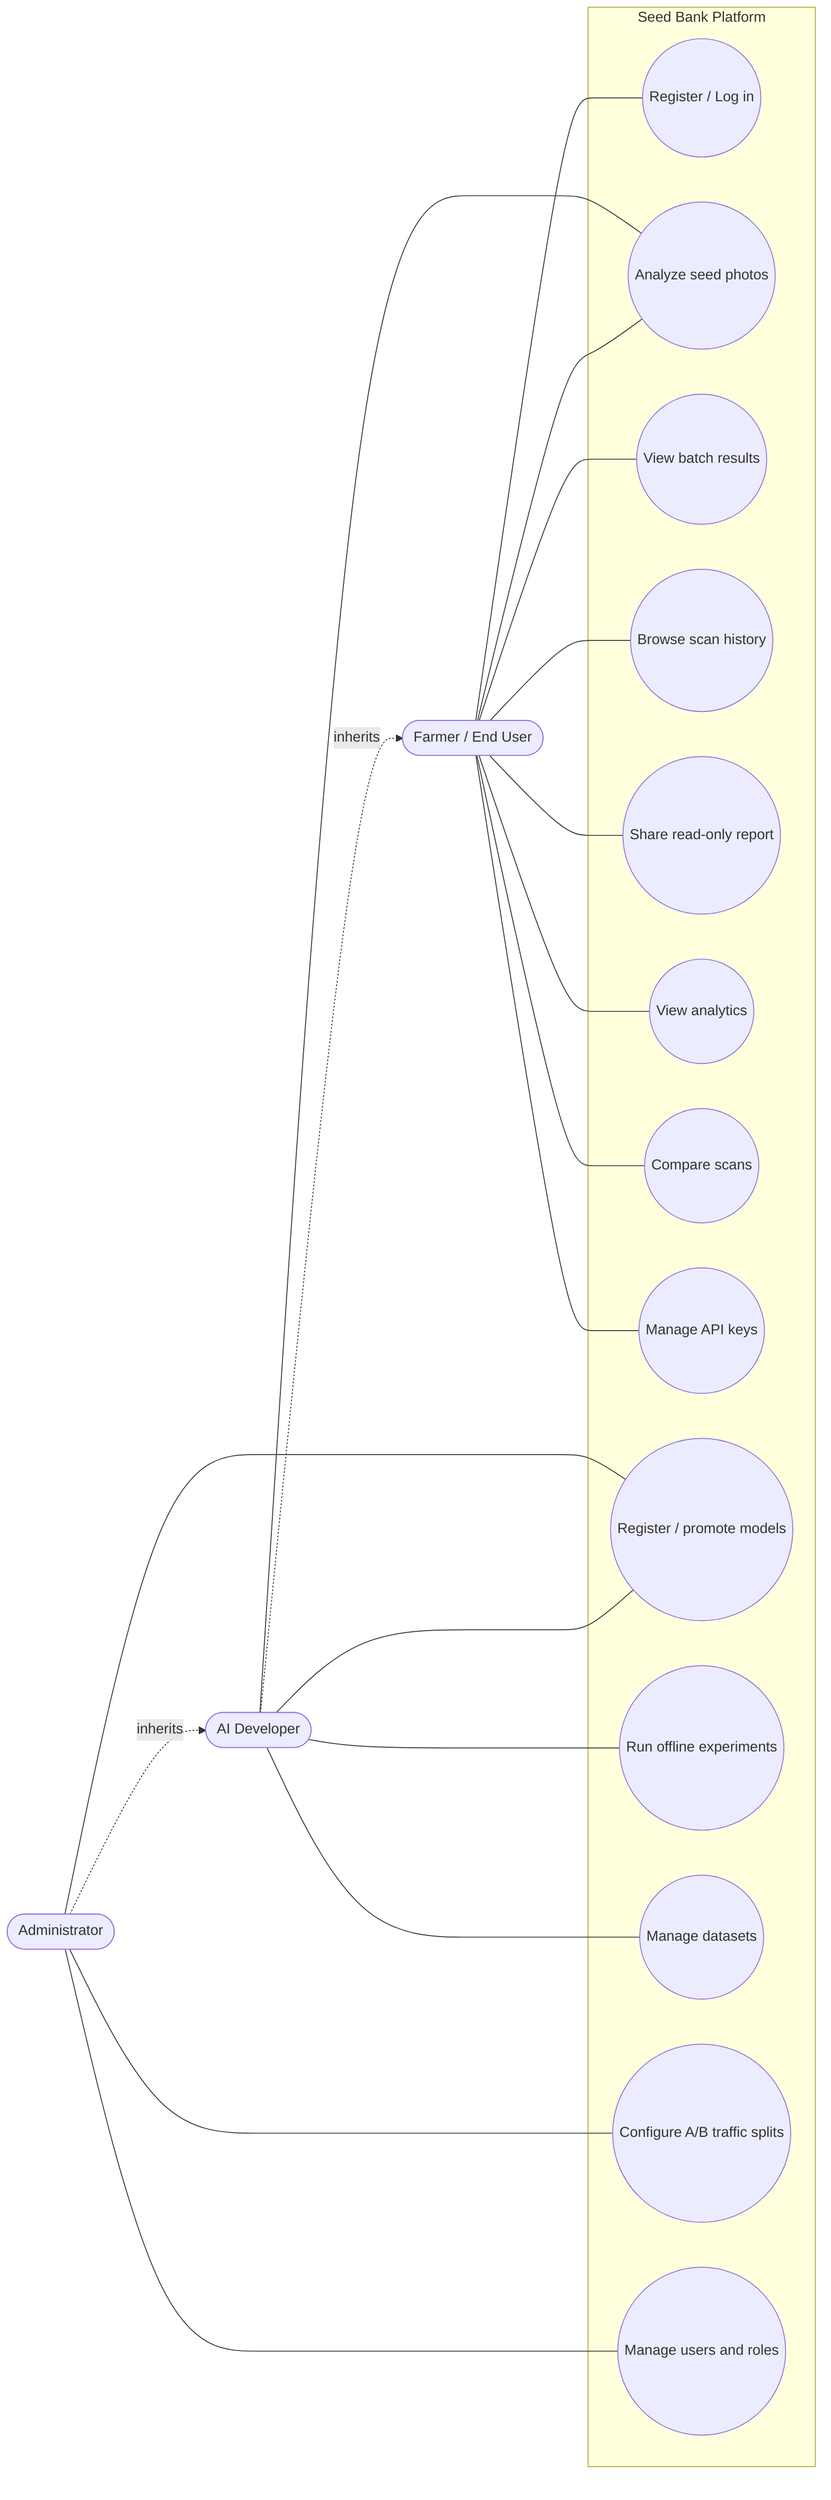
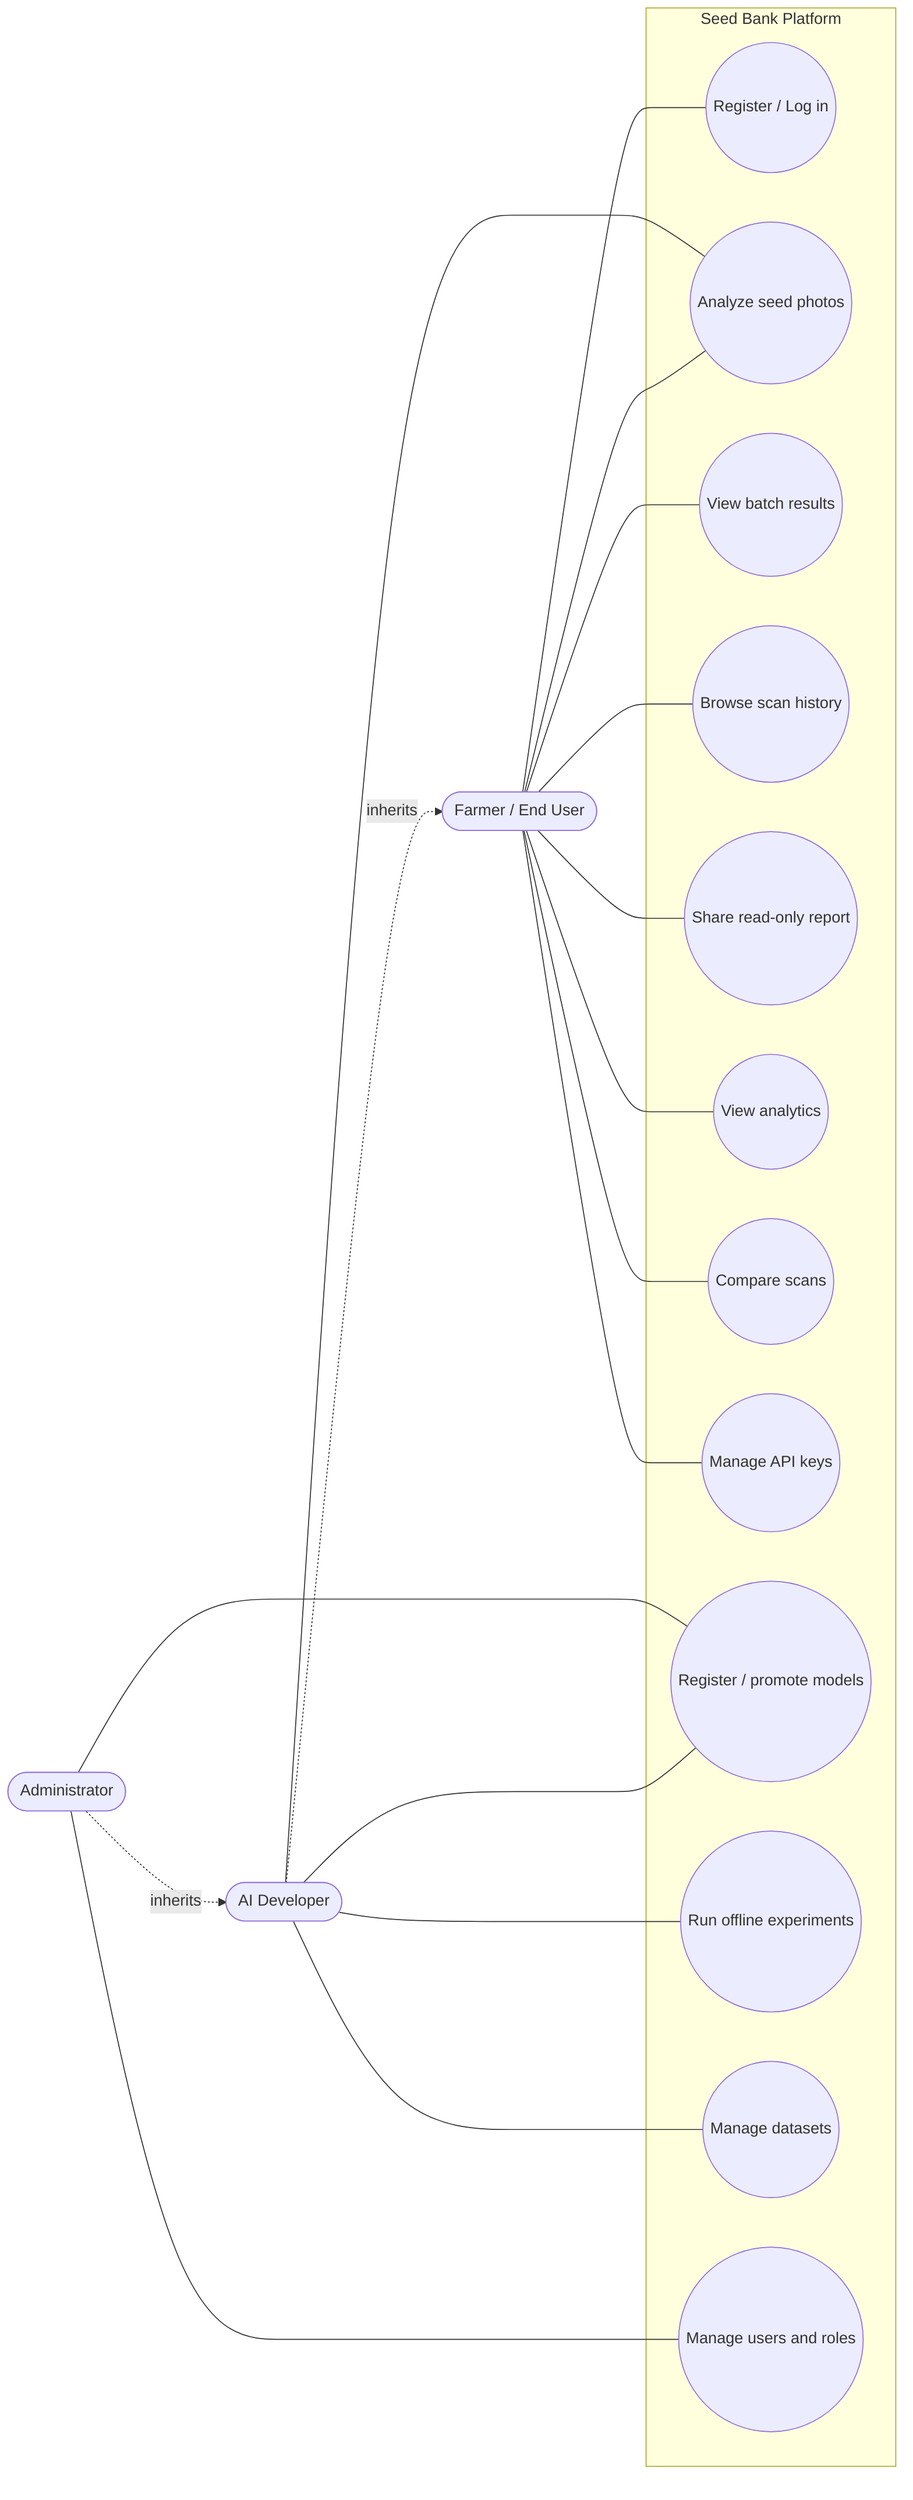
flowchart LR
    farmer([Farmer / End User])
    dev([AI Developer])
    admin([Administrator])

    subgraph SB[Seed Bank Platform]
        u1((Register / Log in))
        u2((Analyze seed photos))
        u3((View batch results))
        u4((Browse scan history))
        u5((Share read-only report))
        u6((View analytics))
        u7((Compare scans))
        u8((Manage API keys))
        u9((Register / promote models))
        u10((Run offline experiments))
        u11((Manage datasets))
-         u12((Configure A/B traffic splits))
        u13((Manage users and roles))
    end

    farmer --- u1
    farmer --- u2
    farmer --- u3
    farmer --- u4
    farmer --- u5
    farmer --- u6
    farmer --- u7
    farmer --- u8

    dev --- u2
    dev --- u9
    dev --- u10
    dev --- u11

-     admin --- u12
    admin --- u13
    admin --- u9

    dev -. inherits .-> farmer
    admin -. inherits .-> dev
